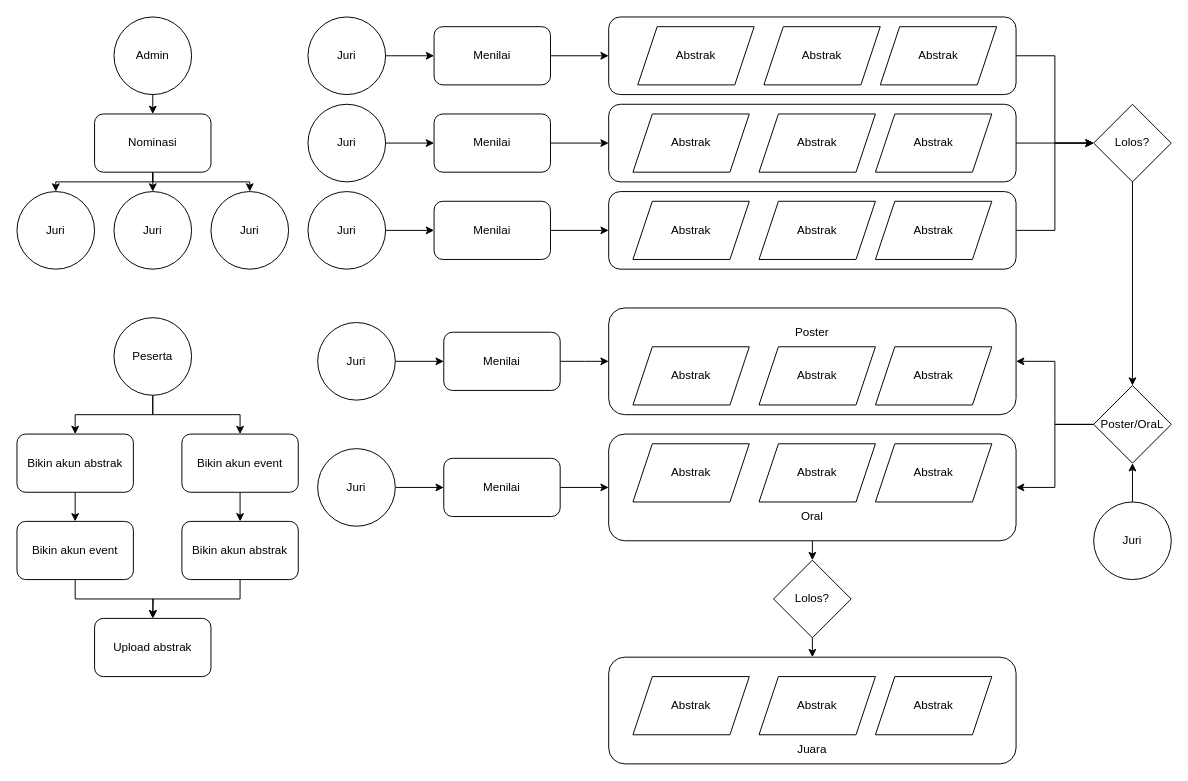
The draw.io diagram notes/abstrakFlowchart.drawio.xml in LaughingOracle/abstrak, before the edit. Source tidied: cells renumbered, new cells numbered last; positions are measured from the earlier drawing's top-left corner, leaving out a move shared by most shapes. Both pictures are drawn from the tidied source at 97%, with x=0, y=0 at pixel (16, 16).
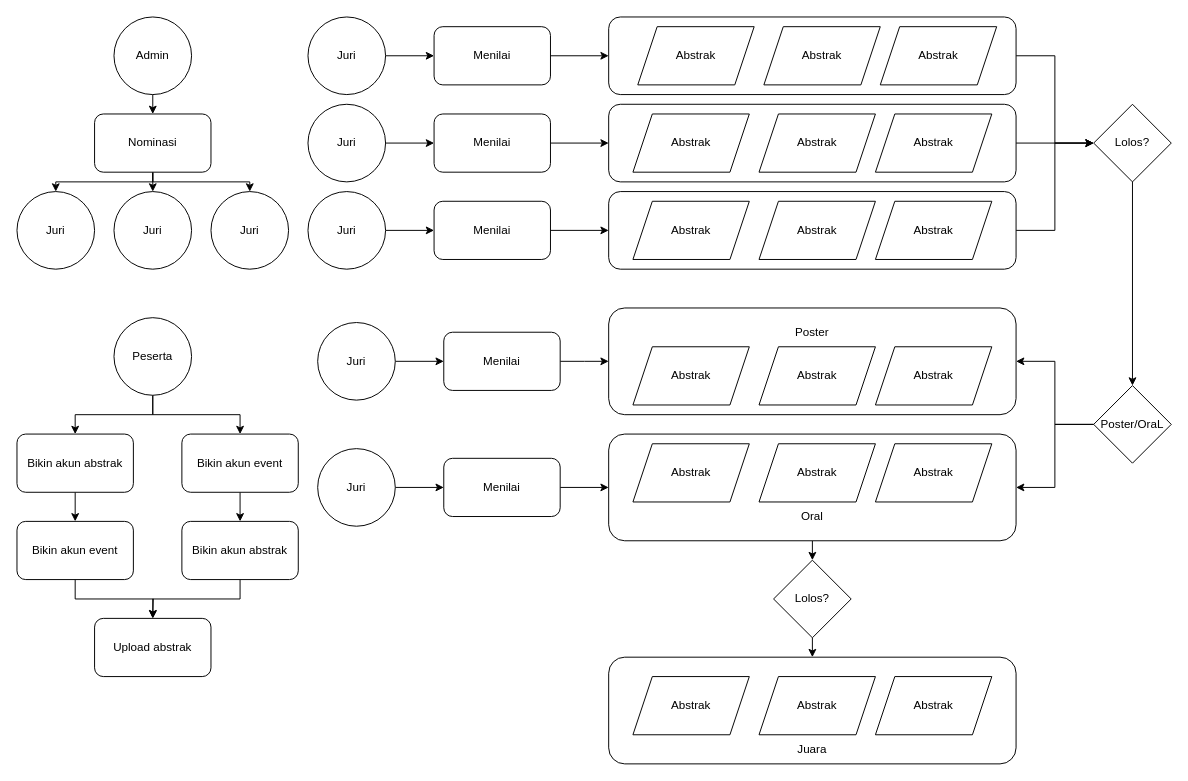
After the change.

Unchanged cells that the change refers to:
```xml
<mxCell id="65" value="Poster/OraL" style="rhombus;whiteSpace=wrap;html=1;" parent="1" vertex="1">
  <mxGeometry x="1110" y="380" width="80" height="80" as="geometry" />
</mxCell>
```

Change to the diagram source:
```diff
@@
-    <mxCell id="66" style="edgeStyle=orthogonalEdgeStyle;rounded=0;jettySize=auto;html=1;exitX=0.5;exitY=0;exitDx=0;exitDy=0;entryX=0.5;entryY=1;entryDx=0;entryDy=0;" parent="1" edge="1" source="67" target="65">
-      <mxGeometry relative="1" as="geometry" />
-    </mxCell>
-    <mxCell id="67" value="Juri" style="ellipse;whiteSpace=wrap;html=1;" parent="1" vertex="1">
-      <mxGeometry x="1110" y="500" width="80" height="80" as="geometry" />
-    </mxCell>
```
